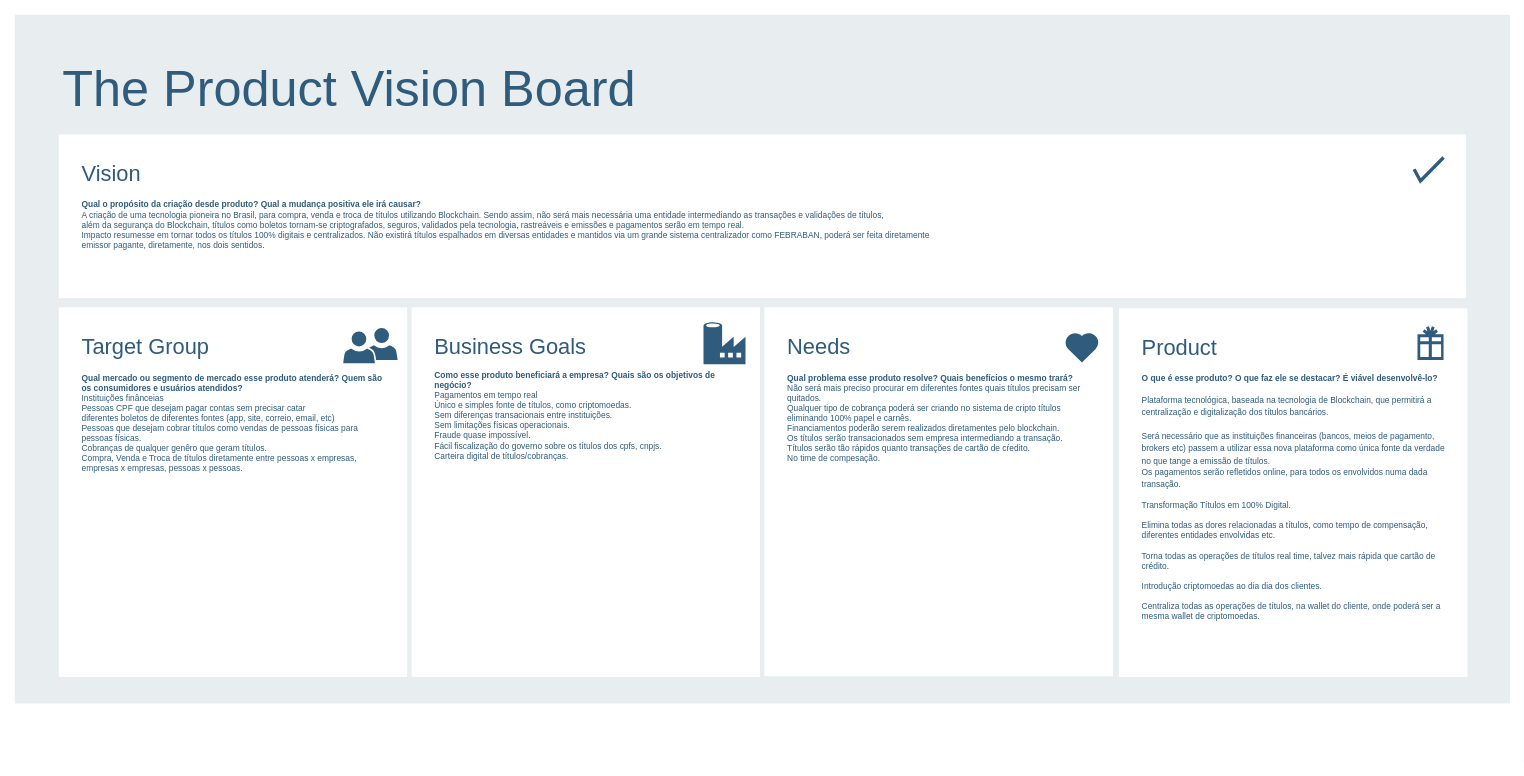
Before: page "Product Vision Board" (2 of 2) of Canvas GRUPO M - Cryptotitulo.drawio in GiuseppeMP/fiap-grupo-m, a draw.io diagram. Source tidied: cells renumbered, new cells numbered last; positions are measured from the earlier drawing's top-left corner, leaving out a move shared by most shapes. Both pictures are drawn from the tidied source at 84%, with x=0, y=0 at pixel (14, 14).
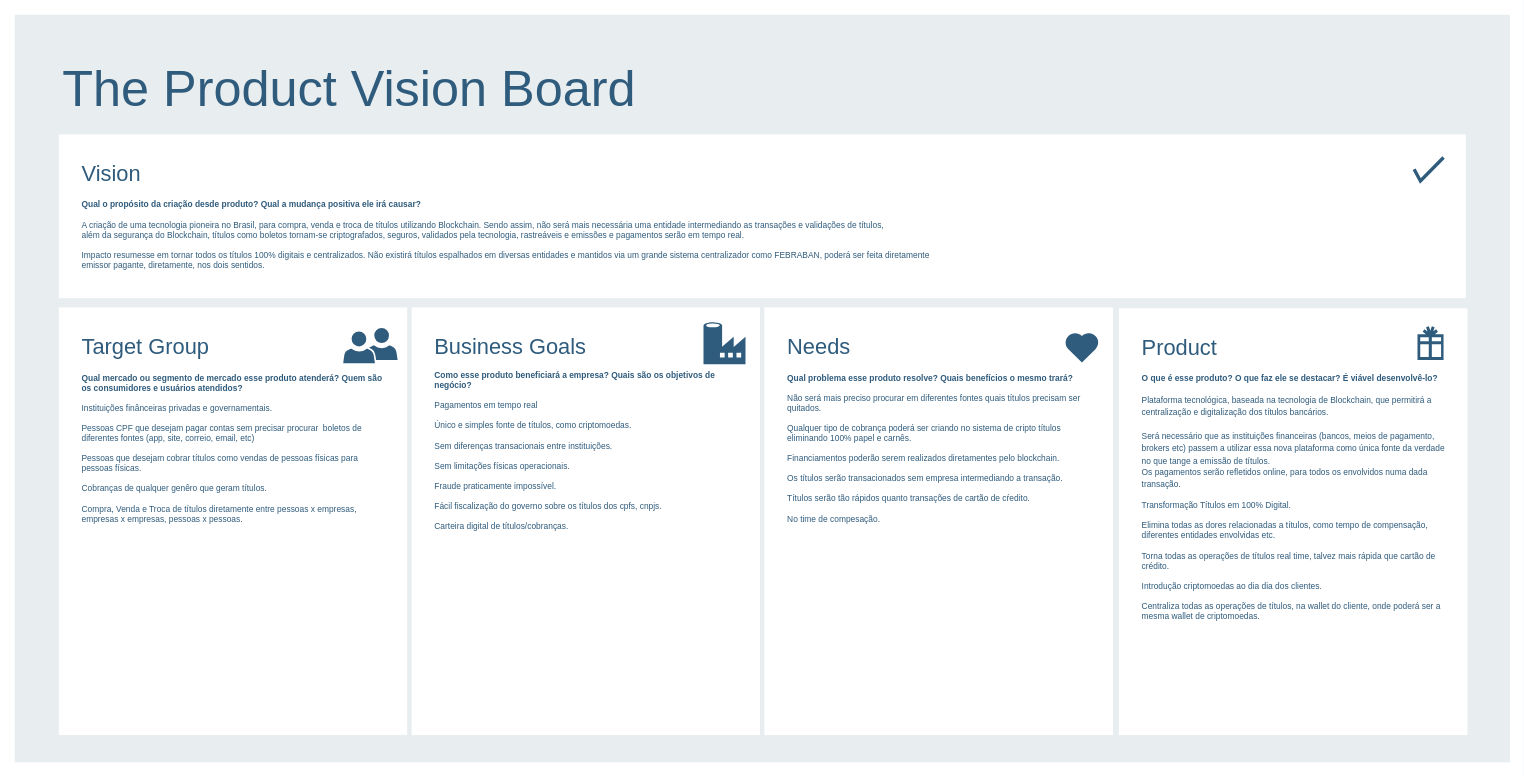
After the change.

Change to the diagram source:
```diff
@@
 <mxGraphModel>
   <root>
     <mxCell id="0" />
     <mxCell id="1" parent="0" />
     <mxCell id="2" style="rounded=0;whiteSpace=wrap;html=1;shadow=0;labelBackgroundColor=none;strokeColor=none;strokeWidth=3;fillColor=#e8edf0;fontSize=60;fontColor=#2F5B7C;align=left;" parent="1" vertex="1">
-      <mxGeometry width="1780" height="820" as="geometry" />
+      <mxGeometry width="1780" height="890" as="geometry" />
     </mxCell>
     <mxCell id="3" value="&lt;div style=&quot;font-size: 26px&quot;&gt;Product&lt;/div&gt;&lt;div&gt;&lt;br&gt;&lt;/div&gt;&lt;div&gt;&lt;div style=&quot;font-size: 10px&quot;&gt;&lt;span&gt;&lt;b&gt;O que é esse produto? O que faz ele se destacar? É viável desenvolvê-lo?&lt;/b&gt;&lt;/span&gt;&lt;/div&gt;&lt;div style=&quot;font-size: 10px&quot;&gt;&lt;br&gt;&lt;/div&gt;&lt;div&gt;&lt;div&gt;&lt;span style=&quot;font-size: 10px&quot;&gt;Plataforma tecnológica, baseada na tecnologia de Blockchain, que permitirá a centralização e digitalização dos títulos bancários.&lt;/span&gt;&lt;/div&gt;&lt;div&gt;&lt;br&gt;&lt;/div&gt;&lt;div&gt;&lt;span style=&quot;font-size: 10px&quot;&gt;Será necessário que as instituições financeiras (bancos, meios de pagamento, brokers etc) passem a utilizar essa nova plataforma como única fonte da verdade no que tange a emissão de títulos.&lt;/span&gt;&lt;/div&gt;&lt;div&gt;&lt;span style=&quot;font-size: 10px&quot;&gt;Os pagamentos serão refletidos online, para todos os envolvidos numa dada transação.&lt;/span&gt;&lt;/div&gt;&lt;div style=&quot;font-size: 10px&quot;&gt;&lt;br&gt;&lt;/div&gt;&lt;/div&gt;&lt;div style=&quot;font-size: 10px&quot;&gt;&lt;span&gt;Transformação Títulos em 100% Digital.&lt;/span&gt;&lt;br&gt;&lt;/div&gt;&lt;div style=&quot;font-size: 10px&quot;&gt;&lt;br&gt;&lt;/div&gt;&lt;div style=&quot;font-size: 10px&quot;&gt;Elimina todas as dores relacionadas a títulos, como tempo de compensação, diferentes entidades envolvidas etc.&lt;/div&gt;&lt;div style=&quot;font-size: 10px&quot;&gt;&lt;br&gt;&lt;/div&gt;&lt;div style=&quot;font-size: 10px&quot;&gt;Torna todas as operações de títulos real time, talvez mais rápida que cartão de crédito.&lt;/div&gt;&lt;div style=&quot;font-size: 10px&quot;&gt;&lt;br&gt;&lt;/div&gt;&lt;div style=&quot;font-size: 10px&quot;&gt;Introdução criptomoedas ao dia dia dos clientes.&lt;/div&gt;&lt;div style=&quot;font-size: 10px&quot;&gt;&lt;br&gt;&lt;/div&gt;&lt;div style=&quot;font-size: 10px&quot;&gt;Centraliza todas as operações de títulos, na wallet do cliente, onde poderá ser a mesma wallet de criptomoedas.&lt;br&gt;&lt;/div&gt;&lt;/div&gt;&lt;div&gt;&lt;br&gt;&lt;/div&gt;" style="rounded=0;whiteSpace=wrap;html=1;shadow=0;labelBackgroundColor=none;strokeColor=#e8edf0;strokeWidth=5;fillColor=#ffffff;fontSize=12;fontColor=#2F5B7C;align=left;verticalAlign=top;spacing=30;" parent="1" vertex="1">
-      <mxGeometry x="1312" y="347" width="420" height="444" as="geometry" />
+      <mxGeometry x="1312" y="347" width="420" height="513" as="geometry" />
     </mxCell>
-    <mxCell id="4" value="&lt;font&gt;&lt;font style=&quot;font-size: 26px&quot;&gt;Vision&lt;/font&gt;&lt;br&gt;&lt;/font&gt;&lt;font style=&quot;font-size: 12px&quot;&gt;&lt;br style=&quot;font-size: 12px&quot;&gt;&lt;/font&gt;&lt;font style=&quot;font-size: 12px&quot;&gt;&lt;/font&gt;&lt;div style=&quot;font-size: 10px&quot;&gt;&lt;font style=&quot;font-size: 10px&quot;&gt;&lt;b&gt;Qual o propósito da criação desde produto? Qual a mudança positiva ele irá causar?&lt;br&gt;&lt;/b&gt;&lt;/font&gt;&lt;/div&gt;&lt;div style=&quot;font-size: 10px&quot;&gt;A criação de uma tecnologia pioneira no Brasil, para compra, venda e troca de títulos utilizando Blockchain. Sendo assim, não será mais necessária uma entidade intermediando as transações e validações de títulos,&lt;/div&gt;&lt;div style=&quot;font-size: 10px&quot;&gt;&lt;font style=&quot;font-size: 10px&quot;&gt;além da segurança do Blockchain, títulos como boletos tornam-se criptografados, seguros, validados pela tecnologia, rastreáveis e emissões e pagamentos serão em tempo real.&lt;br&gt;&lt;/font&gt;&lt;/div&gt;&lt;div style=&quot;font-size: 10px&quot;&gt;&lt;font style=&quot;font-size: 10px&quot;&gt;Impacto resumesse em tornar todos os títulos 100% digitais e centralizados. Não existirá títulos espalhados em diversas entidades e mantidos via um grande sistema centralizador como FEBRABAN, poderá ser feita diretamente&lt;/font&gt;&lt;/div&gt;&lt;div style=&quot;font-size: 10px&quot;&gt;&lt;font style=&quot;font-size: 10px&quot;&gt;emissor pagante, diretamente, nos dois sentidos.&lt;br&gt;&lt;/font&gt;&lt;/div&gt;&lt;div style=&quot;font-size: 12px&quot;&gt;&lt;br style=&quot;font-size: 12px&quot;&gt;&lt;/div&gt;" style="rounded=0;whiteSpace=wrap;html=1;shadow=0;labelBackgroundColor=none;strokeColor=#e8edf0;strokeWidth=5;fillColor=#ffffff;fontSize=12;fontColor=#2F5B7C;align=left;verticalAlign=top;spacing=30;" parent="1" vertex="1">
+    <mxCell id="4" value="&lt;font&gt;&lt;font style=&quot;font-size: 26px&quot;&gt;Vision&lt;/font&gt;&lt;br&gt;&lt;/font&gt;&lt;font style=&quot;font-size: 12px&quot;&gt;&lt;br style=&quot;font-size: 12px&quot;&gt;&lt;/font&gt;&lt;font style=&quot;font-size: 12px&quot;&gt;&lt;/font&gt;&lt;div style=&quot;font-size: 10px&quot;&gt;&lt;font style=&quot;font-size: 10px&quot;&gt;&lt;b&gt;Qual o propósito da criação desde produto? Qual a mudança positiva ele irá causar?&lt;br&gt;&lt;/b&gt;&lt;/font&gt;&lt;/div&gt;&lt;div style=&quot;font-size: 10px&quot;&gt;&lt;font style=&quot;font-size: 10px&quot;&gt;&lt;b&gt;&lt;br&gt;&lt;/b&gt;&lt;/font&gt;&lt;/div&gt;&lt;div style=&quot;font-size: 10px&quot;&gt;A criação de uma tecnologia pioneira no Brasil, para compra, venda e troca de títulos utilizando Blockchain. Sendo assim, não será mais necessária uma entidade intermediando as transações e validações de títulos,&lt;/div&gt;&lt;div style=&quot;font-size: 10px&quot;&gt;&lt;font style=&quot;font-size: 10px&quot;&gt;além da segurança do Blockchain, títulos como boletos tornam-se criptografados, seguros, validados pela tecnologia, rastreáveis e emissões e pagamentos serão em tempo real.&lt;br&gt;&lt;/font&gt;&lt;/div&gt;&lt;div style=&quot;font-size: 10px&quot;&gt;&lt;font style=&quot;font-size: 10px&quot;&gt;&lt;br&gt;&lt;/font&gt;&lt;/div&gt;&lt;div style=&quot;font-size: 10px&quot;&gt;&lt;font style=&quot;font-size: 10px&quot;&gt;Impacto resumesse em tornar todos os títulos 100% digitais e centralizados. Não existirá títulos espalhados em diversas entidades e mantidos via um grande sistema centralizador como FEBRABAN, poderá ser feita diretamente&lt;/font&gt;&lt;/div&gt;&lt;div style=&quot;font-size: 10px&quot;&gt;&lt;font style=&quot;font-size: 10px&quot;&gt;emissor pagante, diretamente, nos dois sentidos.&lt;br&gt;&lt;/font&gt;&lt;/div&gt;&lt;div style=&quot;font-size: 12px&quot;&gt;&lt;br style=&quot;font-size: 12px&quot;&gt;&lt;/div&gt;" style="rounded=0;whiteSpace=wrap;html=1;shadow=0;labelBackgroundColor=none;strokeColor=#e8edf0;strokeWidth=5;fillColor=#ffffff;fontSize=12;fontColor=#2F5B7C;align=left;verticalAlign=top;spacing=30;" parent="1" vertex="1">
       <mxGeometry x="50" y="140" width="1680" height="200" as="geometry" />
     </mxCell>
-    <mxCell id="5" value="&lt;font&gt;&lt;font style=&quot;font-size: 26px&quot;&gt;Target Group&lt;/font&gt;&lt;br style=&quot;font-size: 12px&quot;&gt;&lt;/font&gt;&lt;font&gt;&lt;br&gt;&lt;div style=&quot;font-size: 10px&quot;&gt;&lt;b&gt;Qual mercado ou segmento de mercado esse produto atenderá? Quem são os consumidores e usuários atendidos?&lt;br&gt;&lt;/b&gt;&lt;/div&gt;&lt;div style=&quot;font-size: 10px&quot;&gt;Instituições finânceias&lt;br&gt;Pessoas CPF que desejam pagar contas sem precisar catar&lt;/div&gt;&lt;div style=&quot;font-size: 10px&quot;&gt;diferentes boletos de diferentes fontes (app, site, correio, email, etc)&lt;/div&gt;&lt;div style=&quot;font-size: 10px&quot;&gt;Pessoas que desejam cobrar títulos como vendas de pessoas físicas para pessoas físicas.&lt;/div&gt;&lt;div style=&quot;font-size: 10px&quot;&gt;Cobranças de qualquer genêro que geram títulos.&lt;/div&gt;&lt;div style=&quot;font-size: 10px&quot;&gt;Compra, Venda e Troca de títulos diretamente entre pessoas x empresas, empresas x empresas, pessoas x pessoas.&lt;br&gt;&lt;/div&gt;&lt;div&gt;&lt;br&gt;&lt;/div&gt;&lt;/font&gt;" style="rounded=0;whiteSpace=wrap;html=1;shadow=0;labelBackgroundColor=none;strokeColor=#e8edf0;strokeWidth=5;fillColor=#ffffff;fontSize=12;fontColor=#2F5B7C;align=left;verticalAlign=top;spacing=30;" parent="1" vertex="1">
-      <mxGeometry x="50" y="346" width="420" height="445" as="geometry" />
+    <mxCell id="5" value="&lt;font&gt;&lt;font style=&quot;font-size: 26px&quot;&gt;Target Group&lt;/font&gt;&lt;br style=&quot;font-size: 12px&quot;&gt;&lt;/font&gt;&lt;font&gt;&lt;br&gt;&lt;div style=&quot;font-size: 10px&quot;&gt;&lt;b&gt;Qual mercado ou segmento de mercado esse produto atenderá? Quem são os consumidores e usuários atendidos?&lt;br&gt;&lt;/b&gt;&lt;/div&gt;&lt;div style=&quot;font-size: 10px&quot;&gt;&lt;br&gt;&lt;/div&gt;&lt;div style=&quot;font-size: 10px&quot;&gt;Instituições finânceiras privadas e governamentais.&lt;/div&gt;&lt;div style=&quot;font-size: 10px&quot;&gt;&lt;br&gt;&lt;/div&gt;&lt;div style=&quot;font-size: 10px&quot;&gt;Pessoas CPF que desejam pagar contas sem precisar procurar&amp;nbsp; boletos de diferentes fontes (app, site, correio, email, etc)&lt;/div&gt;&lt;div style=&quot;font-size: 10px&quot;&gt;&lt;br&gt;&lt;/div&gt;&lt;div style=&quot;font-size: 10px&quot;&gt;Pessoas que desejam cobrar títulos como vendas de pessoas físicas para pessoas físicas.&lt;/div&gt;&lt;div style=&quot;font-size: 10px&quot;&gt;&lt;br&gt;&lt;/div&gt;&lt;div style=&quot;font-size: 10px&quot;&gt;Cobranças de qualquer genêro que geram títulos.&lt;/div&gt;&lt;div style=&quot;font-size: 10px&quot;&gt;&lt;br&gt;&lt;/div&gt;&lt;div style=&quot;font-size: 10px&quot;&gt;Compra, Venda e Troca de títulos diretamente entre pessoas x empresas, empresas x empresas, pessoas x pessoas.&lt;br&gt;&lt;/div&gt;&lt;div&gt;&lt;br&gt;&lt;/div&gt;&lt;/font&gt;" style="rounded=0;whiteSpace=wrap;html=1;shadow=0;labelBackgroundColor=none;strokeColor=#e8edf0;strokeWidth=5;fillColor=#ffffff;fontSize=12;fontColor=#2F5B7C;align=left;verticalAlign=top;spacing=30;" parent="1" vertex="1">
+      <mxGeometry x="50" y="346" width="420" height="514" as="geometry" />
     </mxCell>
-    <mxCell id="6" value="&lt;div&gt;&lt;font style=&quot;font-size: 26px&quot;&gt;Business Goals&lt;br&gt;&lt;/font&gt;&lt;/div&gt;&lt;div&gt;&lt;div style=&quot;font-size: 10px&quot;&gt;&lt;b&gt;&lt;br&gt;&lt;/b&gt;&lt;/div&gt;&lt;div style=&quot;font-size: 10px&quot;&gt;&lt;b&gt;Como esse produto beneficiará a empresa? Quais são os objetivos de negócio?&lt;br&gt;&lt;/b&gt;&lt;/div&gt;&lt;div style=&quot;font-size: 10px&quot;&gt;Pagamentos em tempo real&lt;/div&gt;&lt;div style=&quot;font-size: 10px&quot;&gt;Único e simples fonte de títulos, como criptomoedas.&lt;/div&gt;&lt;div style=&quot;font-size: 10px&quot;&gt;Sem diferenças transacionais entre instituições.&lt;/div&gt;&lt;div style=&quot;font-size: 10px&quot;&gt;Sem limitações físicas operacionais.&lt;/div&gt;&lt;div style=&quot;font-size: 10px&quot;&gt;Fraude quase impossível.&lt;/div&gt;&lt;div style=&quot;font-size: 10px&quot;&gt;Fácil fiscalização do governo sobre os títulos dos cpfs, cnpjs.&lt;/div&gt;&lt;div style=&quot;font-size: 10px&quot;&gt;Carteira digital de títulos/cobranças.&lt;br&gt;&lt;/div&gt;&lt;/div&gt;&lt;div&gt;&lt;br&gt;&lt;/div&gt;" style="rounded=0;whiteSpace=wrap;html=1;shadow=0;labelBackgroundColor=none;strokeColor=#e8edf0;strokeWidth=5;fillColor=#ffffff;fontSize=12;fontColor=#2F5B7C;align=left;verticalAlign=top;spacing=30;" parent="1" vertex="1">
-      <mxGeometry x="470" y="346" width="420" height="445" as="geometry" />
+    <mxCell id="6" value="&lt;div&gt;&lt;font style=&quot;font-size: 26px&quot;&gt;Business Goals&lt;br&gt;&lt;/font&gt;&lt;/div&gt;&lt;div&gt;&lt;div style=&quot;font-size: 10px&quot;&gt;&lt;b&gt;&lt;br&gt;&lt;/b&gt;&lt;/div&gt;&lt;div style=&quot;font-size: 10px&quot;&gt;&lt;b&gt;Como esse produto beneficiará a empresa? Quais são os objetivos de negócio?&lt;br&gt;&lt;/b&gt;&lt;/div&gt;&lt;div style=&quot;font-size: 10px&quot;&gt;&lt;b&gt;&lt;br&gt;&lt;/b&gt;&lt;/div&gt;&lt;div style=&quot;font-size: 10px&quot;&gt;Pagamentos em tempo real&lt;/div&gt;&lt;div style=&quot;font-size: 10px&quot;&gt;&lt;br&gt;&lt;/div&gt;&lt;div style=&quot;font-size: 10px&quot;&gt;Único e simples fonte de títulos, como criptomoedas.&lt;/div&gt;&lt;div style=&quot;font-size: 10px&quot;&gt;&lt;br&gt;&lt;/div&gt;&lt;div style=&quot;font-size: 10px&quot;&gt;Sem diferenças transacionais entre instituições.&lt;/div&gt;&lt;div style=&quot;font-size: 10px&quot;&gt;&lt;br&gt;&lt;/div&gt;&lt;div style=&quot;font-size: 10px&quot;&gt;Sem limitações físicas operacionais.&lt;/div&gt;&lt;div style=&quot;font-size: 10px&quot;&gt;&lt;br&gt;&lt;/div&gt;&lt;div style=&quot;font-size: 10px&quot;&gt;Fraude praticamente impossível.&lt;/div&gt;&lt;div style=&quot;font-size: 10px&quot;&gt;&lt;br&gt;&lt;/div&gt;&lt;div style=&quot;font-size: 10px&quot;&gt;Fácil fiscalização do governo sobre os títulos dos cpfs, cnpjs.&lt;/div&gt;&lt;div style=&quot;font-size: 10px&quot;&gt;&lt;br&gt;&lt;/div&gt;&lt;div style=&quot;font-size: 10px&quot;&gt;Carteira digital de títulos/cobranças.&lt;br&gt;&lt;/div&gt;&lt;/div&gt;&lt;div&gt;&lt;br&gt;&lt;/div&gt;" style="rounded=0;whiteSpace=wrap;html=1;shadow=0;labelBackgroundColor=none;strokeColor=#e8edf0;strokeWidth=5;fillColor=#ffffff;fontSize=12;fontColor=#2F5B7C;align=left;verticalAlign=top;spacing=30;" parent="1" vertex="1">
+      <mxGeometry x="470" y="346" width="420" height="514" as="geometry" />
     </mxCell>
-    <mxCell id="7" value="&lt;div style=&quot;font-size: 26px&quot;&gt;Needs&lt;/div&gt;&lt;div&gt;&lt;br&gt;&lt;/div&gt;&lt;div&gt;&lt;div style=&quot;font-size: 10px&quot;&gt;&lt;span&gt;&lt;b&gt;Qual problema esse produto resolve? Quais benefícios o mesmo trará?&lt;/b&gt;&lt;/span&gt;&lt;/div&gt;&lt;div style=&quot;font-size: 10px&quot;&gt;&lt;span&gt;Não será mais preciso procurar em diferentes fontes quais títulos precisam ser quitados.&lt;/span&gt;&lt;/div&gt;&lt;div style=&quot;font-size: 10px&quot;&gt;&lt;span&gt;Qualquer tipo de cobrança poderá ser criando no sistema de cripto títulos eliminando 100% papel e carnês.&lt;/span&gt;&lt;/div&gt;&lt;div style=&quot;font-size: 10px&quot;&gt;&lt;span&gt;Financiamentos poderão serem realizados diretamentes pelo blockchain.&lt;/span&gt;&lt;/div&gt;&lt;div style=&quot;font-size: 10px&quot;&gt;&lt;span&gt;Os títulos serão transacionados sem empresa intermediando a transação.&lt;/span&gt;&lt;/div&gt;&lt;div style=&quot;font-size: 10px&quot;&gt;&lt;span&gt;Títulos serão tão rápidos quanto transações de cartão de cŕedito.&lt;/span&gt;&lt;/div&gt;&lt;div style=&quot;font-size: 10px&quot;&gt;&lt;span&gt;No time de compesação.&lt;b&gt;&lt;br&gt;&lt;/b&gt;&lt;/span&gt;&lt;/div&gt;&lt;/div&gt;&lt;div&gt;&lt;br&gt;&lt;/div&gt;" style="rounded=0;whiteSpace=wrap;html=1;shadow=0;labelBackgroundColor=none;strokeColor=#e8edf0;strokeWidth=5;fillColor=#ffffff;fontSize=12;fontColor=#2F5B7C;align=left;verticalAlign=top;spacing=30;" parent="1" vertex="1">
-      <mxGeometry x="890" y="346" width="420" height="444" as="geometry" />
+    <mxCell id="7" value="&lt;div style=&quot;font-size: 26px&quot;&gt;Needs&lt;/div&gt;&lt;div&gt;&lt;br&gt;&lt;/div&gt;&lt;div&gt;&lt;div style=&quot;font-size: 10px&quot;&gt;&lt;span&gt;&lt;b&gt;Qual problema esse produto resolve? Quais benefícios o mesmo trará?&lt;/b&gt;&lt;/span&gt;&lt;/div&gt;&lt;div style=&quot;font-size: 10px&quot;&gt;&lt;span&gt;&lt;b&gt;&lt;br&gt;&lt;/b&gt;&lt;/span&gt;&lt;/div&gt;&lt;div style=&quot;font-size: 10px&quot;&gt;&lt;span&gt;Não será mais preciso procurar em diferentes fontes quais títulos precisam ser quitados.&lt;/span&gt;&lt;/div&gt;&lt;div style=&quot;font-size: 10px&quot;&gt;&lt;span&gt;&lt;br&gt;&lt;/span&gt;&lt;/div&gt;&lt;div style=&quot;font-size: 10px&quot;&gt;&lt;span&gt;Qualquer tipo de cobrança poderá ser criando no sistema de cripto títulos eliminando 100% papel e carnês.&lt;/span&gt;&lt;/div&gt;&lt;div style=&quot;font-size: 10px&quot;&gt;&lt;span&gt;&lt;br&gt;&lt;/span&gt;&lt;/div&gt;&lt;div style=&quot;font-size: 10px&quot;&gt;&lt;span&gt;Financiamentos poderão serem realizados diretamentes pelo blockchain.&lt;/span&gt;&lt;/div&gt;&lt;div style=&quot;font-size: 10px&quot;&gt;&lt;span&gt;&lt;br&gt;&lt;/span&gt;&lt;/div&gt;&lt;div style=&quot;font-size: 10px&quot;&gt;&lt;span&gt;Os títulos serão transacionados sem empresa intermediando a transação.&lt;/span&gt;&lt;/div&gt;&lt;div style=&quot;font-size: 10px&quot;&gt;&lt;span&gt;&lt;br&gt;&lt;/span&gt;&lt;/div&gt;&lt;div style=&quot;font-size: 10px&quot;&gt;&lt;span&gt;Títulos serão tão rápidos quanto transações de cartão de cŕedito.&lt;/span&gt;&lt;/div&gt;&lt;div style=&quot;font-size: 10px&quot;&gt;&lt;span&gt;&lt;br&gt;&lt;/span&gt;&lt;/div&gt;&lt;div style=&quot;font-size: 10px&quot;&gt;&lt;span&gt;No time de compesação.&lt;b&gt;&lt;br&gt;&lt;/b&gt;&lt;/span&gt;&lt;/div&gt;&lt;/div&gt;&lt;div&gt;&lt;br&gt;&lt;/div&gt;" style="rounded=0;whiteSpace=wrap;html=1;shadow=0;labelBackgroundColor=none;strokeColor=#e8edf0;strokeWidth=5;fillColor=#ffffff;fontSize=12;fontColor=#2F5B7C;align=left;verticalAlign=top;spacing=30;" parent="1" vertex="1">
+      <mxGeometry x="890" y="346" width="420" height="514" as="geometry" />
     </mxCell>
     <mxCell id="8" value="The Product Vision Board" style="text;html=1;align=left;verticalAlign=top;spacingTop=-4;fontSize=60;fontColor=#2F5B7C;" parent="1" vertex="1">
       <mxGeometry x="55" y="50" width="730" height="70" as="geometry" />
     </mxCell>
     <mxCell id="9" style="html=1;verticalLabelPosition=bottom;labelBackgroundColor=#ffffff;verticalAlign=top;shadow=0;dashed=0;strokeWidth=4;shape=mxgraph.ios7.misc.check;strokeColor=#2F5B7C;fillColor=#ffffff;gradientColor=none;fontSize=12;fontColor=#2F5B7C;align=left;" parent="1" vertex="1">
       <mxGeometry x="1666" y="170" width="35" height="28" as="geometry" />
     </mxCell>
     <mxCell id="10" style="html=1;verticalLabelPosition=bottom;labelBackgroundColor=#ffffff;verticalAlign=top;strokeWidth=3;strokeColor=none;fillColor=#2F5B7C;shadow=0;dashed=0;shape=mxgraph.ios7.icons.heart;fontSize=12;fontColor=#2F5B7C;align=left;" parent="1" vertex="1">
       <mxGeometry x="1250" y="378" width="41" height="36" as="geometry" />
     </mxCell>
     <mxCell id="11" style="shadow=0;dashed=0;html=1;strokeColor=none;labelPosition=center;verticalLabelPosition=bottom;verticalAlign=top;shape=mxgraph.mscae.cloud.data_factory;fillColor=#2F5B7C;labelBackgroundColor=none;fontSize=10;fontColor=#2F5B7C;align=left;" parent="1" vertex="1">
       <mxGeometry x="820" y="366" width="50" height="50" as="geometry" />
     </mxCell>
     <mxCell id="12" style="shape=mxgraph.signs.travel.present;html=1;fillColor=#2F5B7C;strokeColor=none;verticalLabelPosition=bottom;verticalAlign=top;align=center;shadow=0;labelBackgroundColor=none;fontSize=12;fontColor=#2F5B7C;" parent="1" vertex="1">
       <mxGeometry x="1670" y="371" width="31" height="40" as="geometry" />
     </mxCell>
     <mxCell id="13" style="group;" parent="1" vertex="1">
       <mxGeometry x="390" y="376" width="60" height="40" as="geometry" />
     </mxCell>
     <mxCell id="14" style="shadow=0;dashed=0;html=1;strokeColor=#FFFFFF;labelPosition=center;verticalLabelPosition=bottom;verticalAlign=top;shape=mxgraph.office.users.user;fillColor=#2F5B7C;labelBackgroundColor=none;fontSize=10;fontColor=#000000;align=left;strokeWidth=2;" parent="13" vertex="1">
       <mxGeometry x="27" y="-4" width="40" height="40" as="geometry" />
     </mxCell>
     <mxCell id="15" style="shadow=0;dashed=0;html=1;strokeColor=#FFFFFF;labelPosition=center;verticalLabelPosition=bottom;verticalAlign=top;shape=mxgraph.office.users.user;fillColor=#2F5B7C;labelBackgroundColor=none;fontSize=10;fontColor=#000000;align=left;strokeWidth=2;" parent="13" vertex="1">
       <mxGeometry width="40" height="40" as="geometry" />
     </mxCell>
   </root>
 </mxGraphModel>
```
